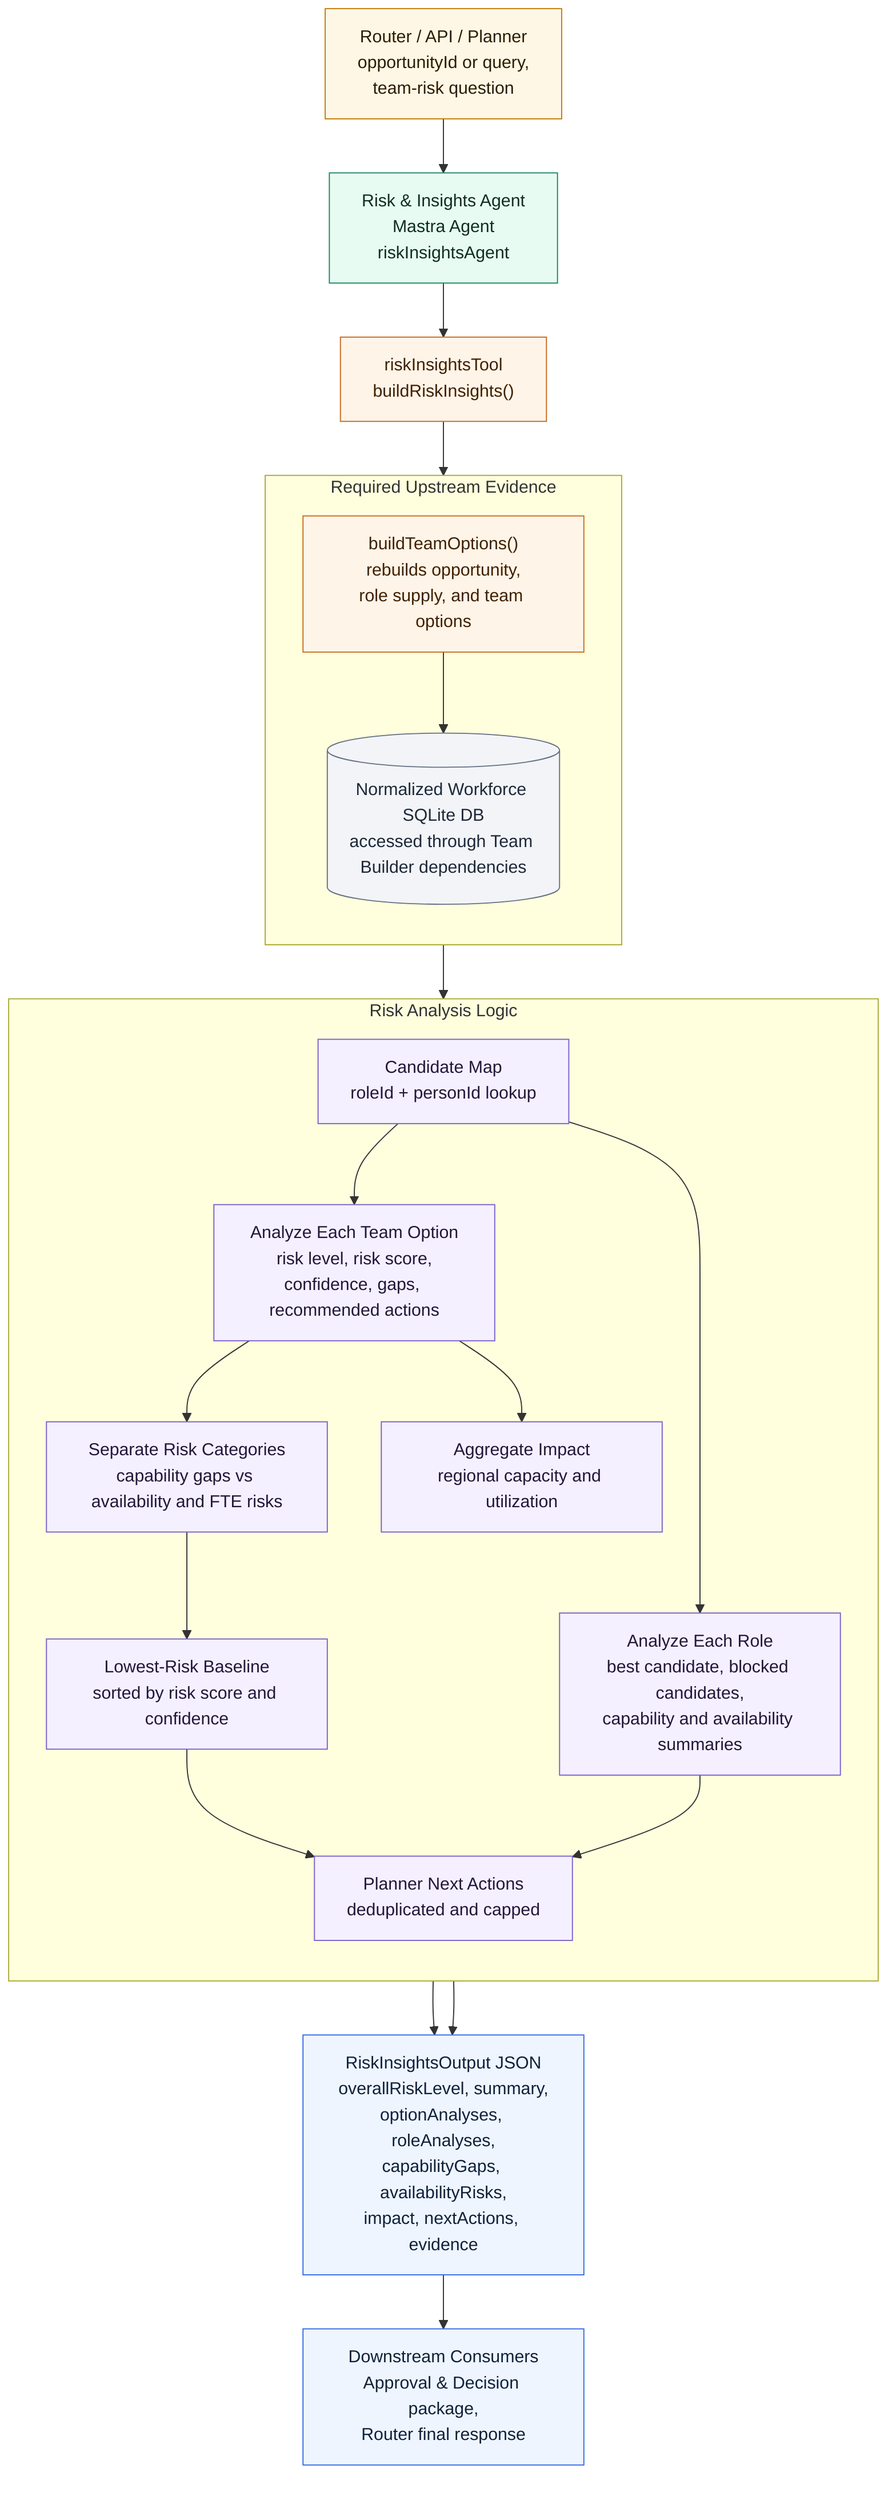
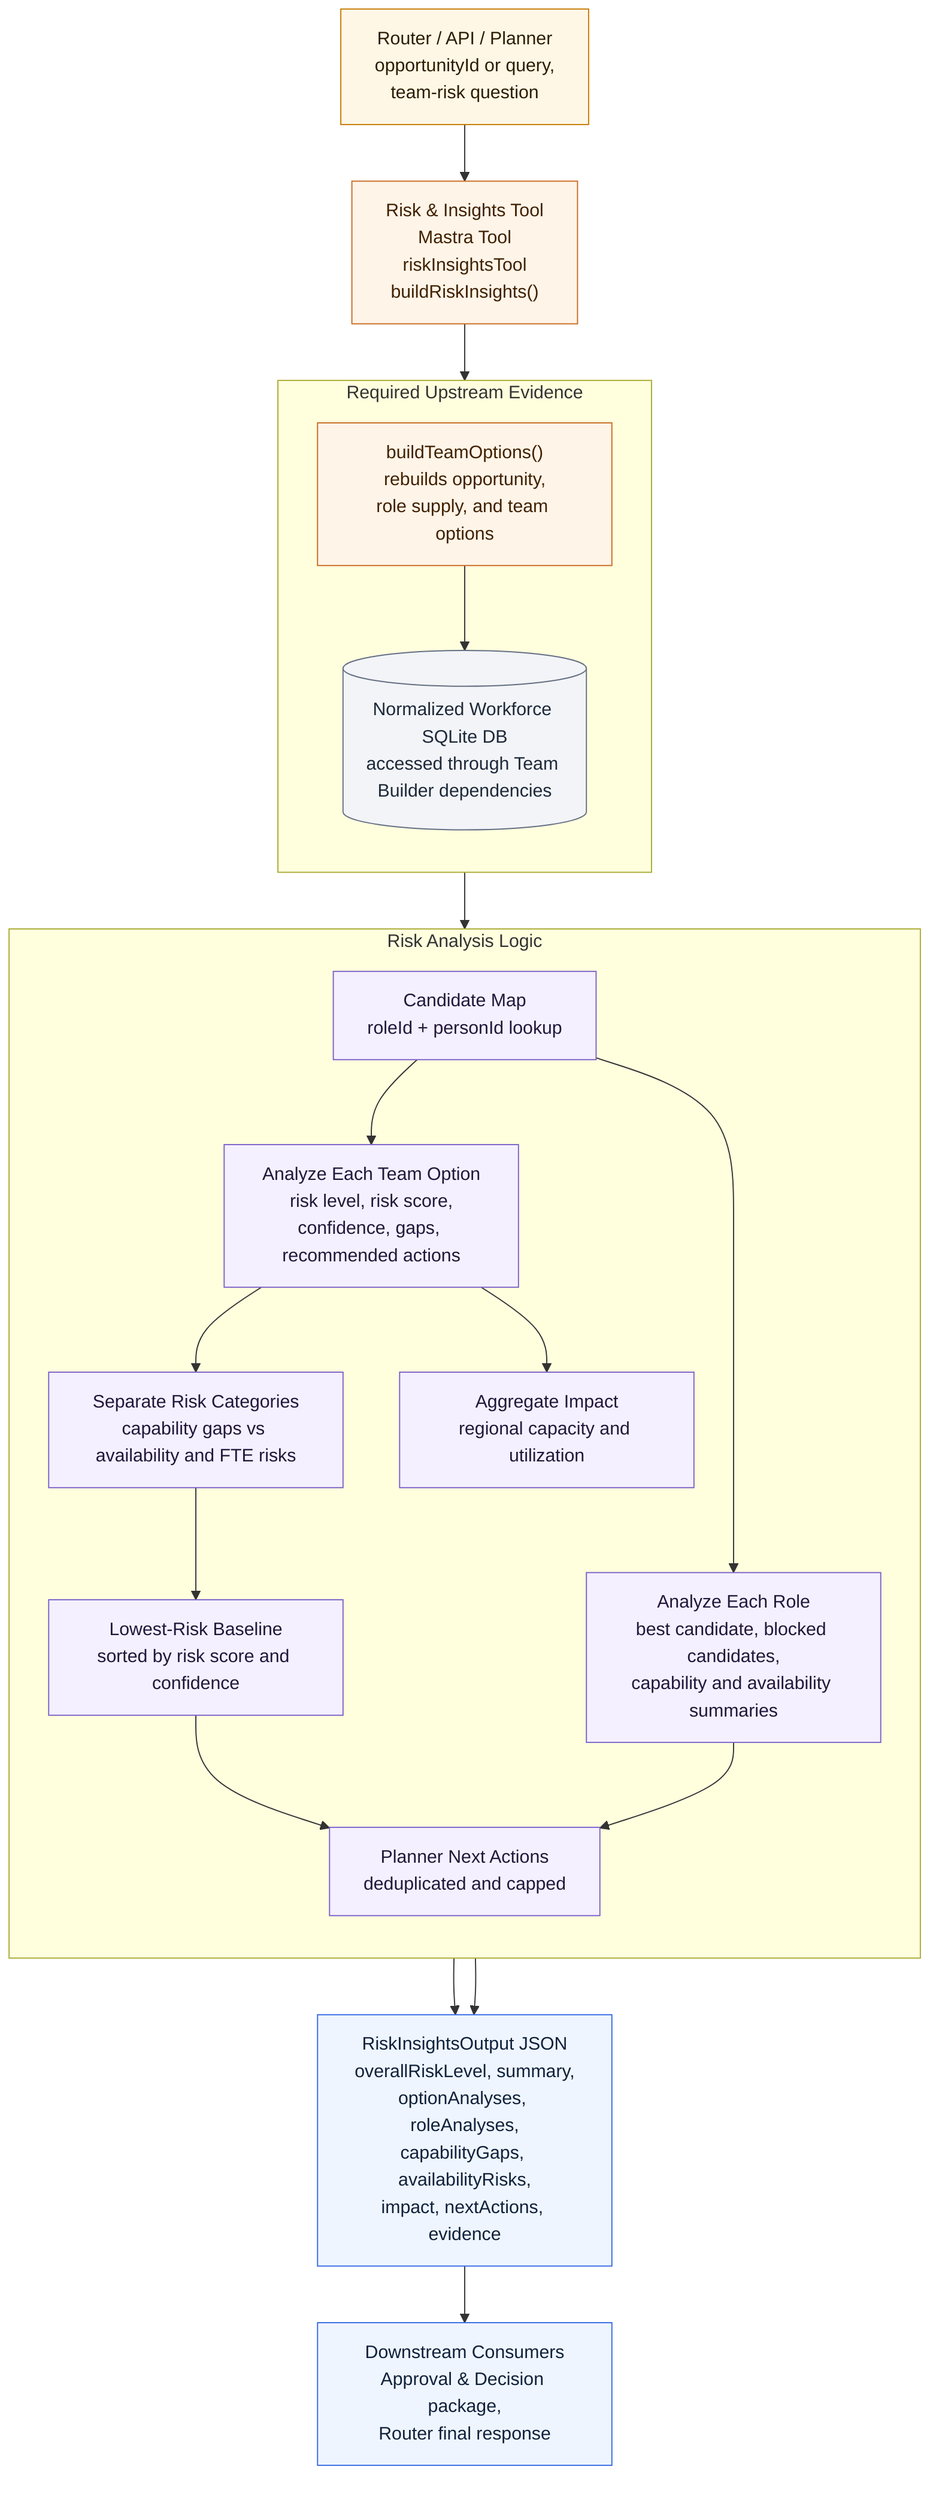
flowchart TD
    caller["Router / API / Planner<br/>opportunityId or query,<br/>team-risk question"]
-     agent["Risk & Insights Agent<br/>Mastra Agent<br/>riskInsightsAgent"]
-     tool["riskInsightsTool<br/>buildRiskInsights()"]
+     tool["Risk & Insights Tool<br/>Mastra Tool<br/>riskInsightsTool<br/>buildRiskInsights()"]

    subgraph upstream["Required Upstream Evidence"]
        direction TB
        teamBuilder["buildTeamOptions()<br/>rebuilds opportunity,<br/>role supply, and team options"]
        db[("Normalized Workforce SQLite DB<br/>accessed through Team Builder dependencies")]
    end

    subgraph logic["Risk Analysis Logic"]
        direction TB
        candidateMap["Candidate Map<br/>roleId + personId lookup"]
        optionAnalysis["Analyze Each Team Option<br/>risk level, risk score,<br/>confidence, gaps, recommended actions"]
        roleAnalysis["Analyze Each Role<br/>best candidate, blocked candidates,<br/>capability and availability summaries"]
        splitRisks["Separate Risk Categories<br/>capability gaps vs availability and FTE risks"]
        impact["Aggregate Impact<br/>regional capacity and utilization"]
        baseline["Lowest-Risk Baseline<br/>sorted by risk score and confidence"]
        nextActions["Planner Next Actions<br/>deduplicated and capped"]
    end

    outputJson["RiskInsightsOutput JSON<br/>overallRiskLevel, summary,<br/>optionAnalyses, roleAnalyses,<br/>capabilityGaps, availabilityRisks,<br/>impact, nextActions, evidence"]
    downstream["Downstream Consumers<br/>Approval & Decision package,<br/>Router final response"]

-     caller --> agent --> tool --> teamBuilder --> db
+     caller --> tool --> teamBuilder --> db
    teamBuilder --> candidateMap
    candidateMap --> optionAnalysis
    candidateMap --> roleAnalysis
    optionAnalysis --> splitRisks --> baseline --> nextActions --> outputJson
    optionAnalysis --> impact --> outputJson
    roleAnalysis --> nextActions
    outputJson --> downstream

    classDef actor fill:#fff7e6,stroke:#c57a00,color:#2b1d00,stroke-width:1px;
-     classDef agentNode fill:#e8fbf3,stroke:#178a5d,color:#0f2f20,stroke-width:1px;
    classDef toolNode fill:#fff4e8,stroke:#c96b20,color:#402100,stroke-width:1px;
    classDef control fill:#f4f0ff,stroke:#7b61c9,color:#22173a,stroke-width:1px;
    classDef data fill:#f2f4f7,stroke:#667085,color:#1d2939,stroke-width:1px;
    classDef outputNode fill:#eef5ff,stroke:#356ae6,color:#10213a,stroke-width:1px;

    class caller actor;
-     class agent agentNode;
    class tool,teamBuilder toolNode;
    class candidateMap,optionAnalysis,roleAnalysis,splitRisks,impact,baseline,nextActions control;
    class db data;
    class outputJson,downstream outputNode;
